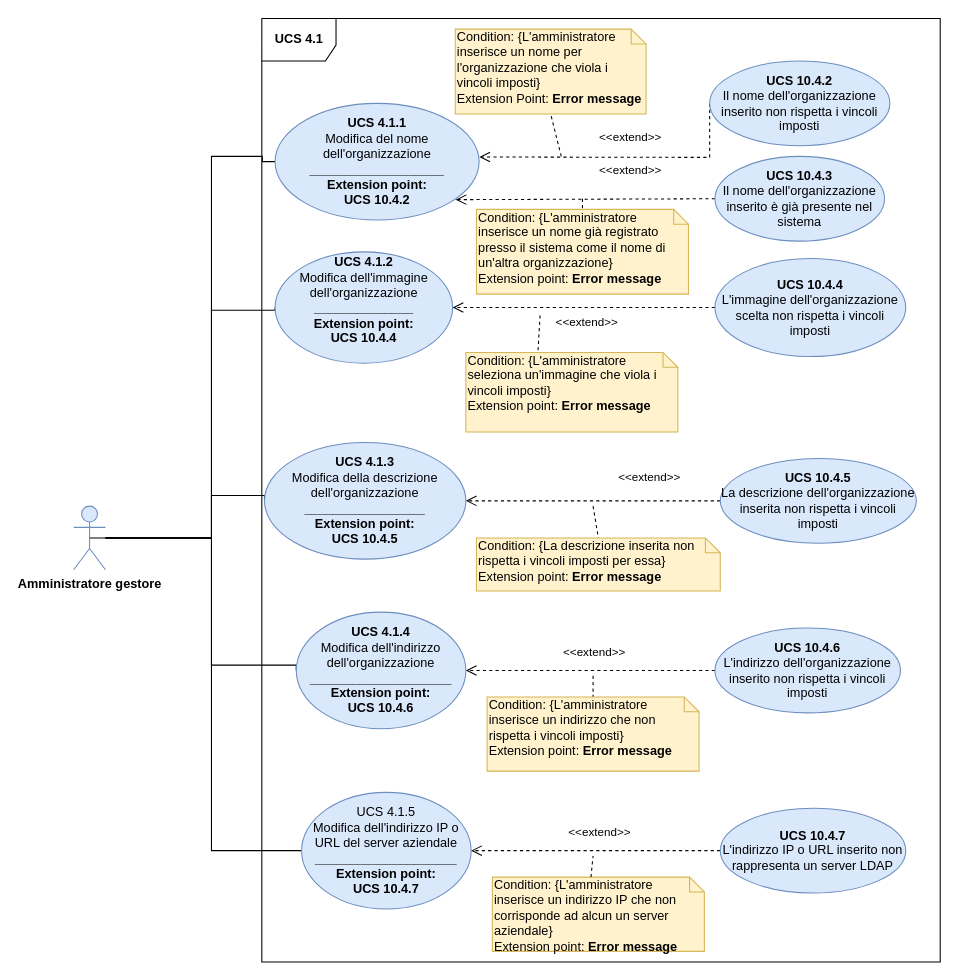
This is DocumentazioneEsterna/AnalisiDeiRequisiti/Sezioni/UseCase/draw.io/UC SERVER/4.1.drawio from qb-team/Stalker-Documentazione, a draw.io file, before an edit. Source tidied: cells renumbered, new cells numbered last; positions are measured from the earlier drawing's top-left corner, leaving out a move shared by most shapes. Both pictures are drawn from the tidied source at 106%, with x=0, y=0 at pixel (73, 18).
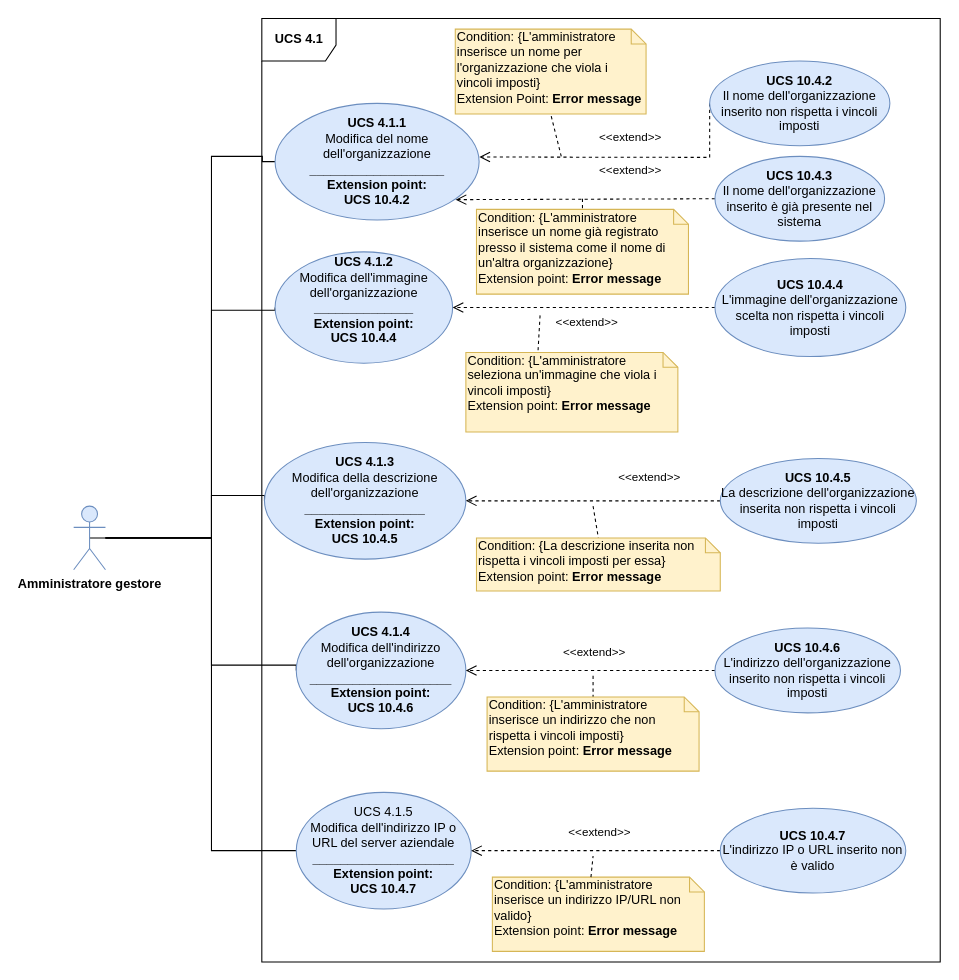
After the change.

What changed in the source:
```diff
@@
     <mxCell id="33" value="UCS 4.1.5&lt;br&gt;Modifica dell'indirizzo IP o URL del server aziendale&lt;br&gt;&lt;b&gt;____________________&lt;/b&gt;&lt;br&gt;&lt;b&gt;Extension point:&lt;br&gt;UCS 10.4.7&lt;/b&gt;" style="ellipse;whiteSpace=wrap;html=1;fillColor=#dae8fc;strokeColor=#6c8ebf;" parent="1" vertex="1">
-      <mxGeometry x="215" y="730" width="160" height="110" as="geometry" />
+      <mxGeometry x="210" y="730" width="165" height="110" as="geometry" />
     </mxCell>
@@
-    <mxCell id="35" value="&lt;b&gt;UCS 10.4.7&lt;br&gt;&lt;/b&gt;L'indirizzo IP o URL inserito non rappresenta un server LDAP" style="ellipse;whiteSpace=wrap;html=1;fillColor=#dae8fc;strokeColor=#6c8ebf;" parent="1" vertex="1">
+    <mxCell id="35" value="&lt;b&gt;UCS 10.4.7&lt;br&gt;&lt;/b&gt;L'indirizzo IP o URL inserito non è valido" style="ellipse;whiteSpace=wrap;html=1;fillColor=#dae8fc;strokeColor=#6c8ebf;" parent="1" vertex="1">
       <mxGeometry x="610" y="745" width="175" height="80" as="geometry" />
     </mxCell>
-    <mxCell id="36" value="Condition: {L'amministratore inserisce un indirizzo IP che non corrisponde ad alcun un server aziendale}&lt;br&gt;Extension point: &lt;b&gt;Error message&lt;/b&gt;" style="shape=note;whiteSpace=wrap;html=1;size=14;verticalAlign=top;align=left;spacingTop=-6;fillColor=#fff2cc;strokeColor=#d6b656;" parent="1" vertex="1">
+    <mxCell id="36" value="Condition: {L'amministratore inserisce un indirizzo IP/URL non valido}&lt;br&gt;Extension point: &lt;b&gt;Error message&lt;/b&gt;" style="shape=note;whiteSpace=wrap;html=1;size=14;verticalAlign=top;align=left;spacingTop=-6;fillColor=#fff2cc;strokeColor=#d6b656;" parent="1" vertex="1">
       <mxGeometry x="395" y="810" width="200" height="70" as="geometry" />
     </mxCell>
```
